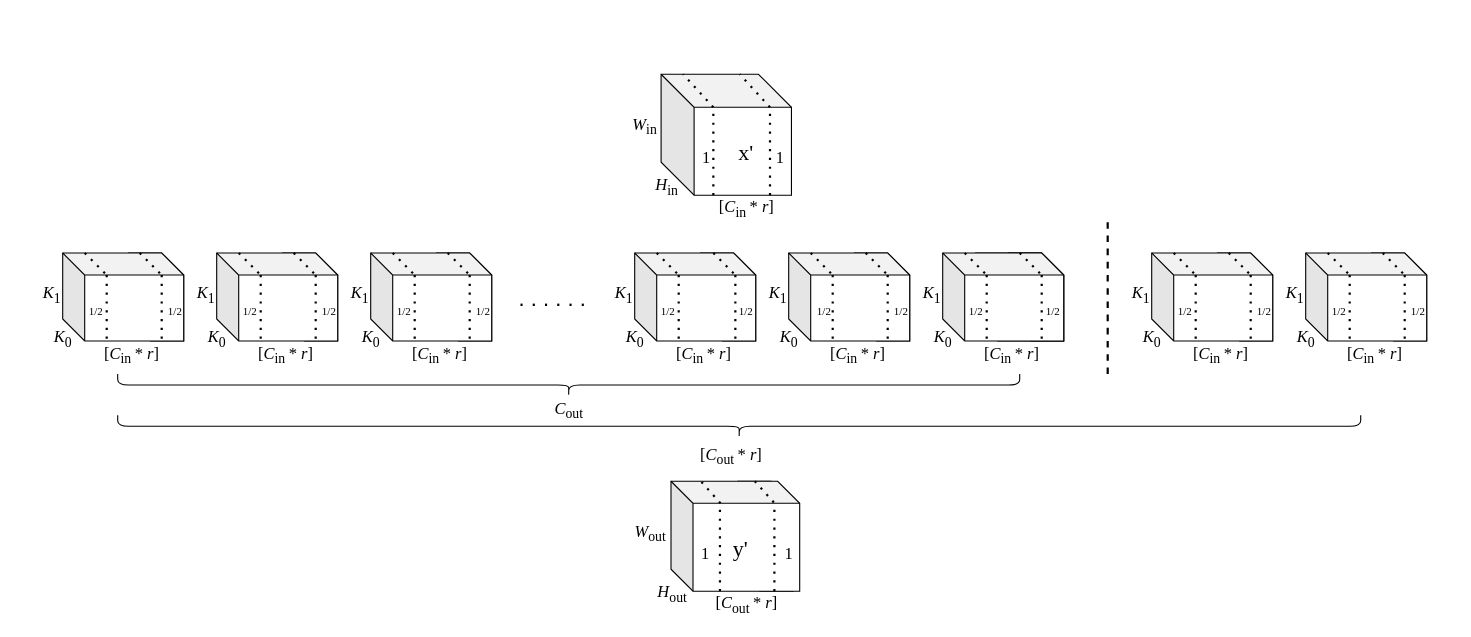
Before: page "第 2 页" (2 of 3) of uniqConv.drawio in guoriyue/draw.io, a draw.io diagram. Source tidied: cells renumbered, new cells numbered last; positions are measured from the earlier drawing's top-left corner, leaving out a move shared by most shapes. Both pictures are drawn from the tidied source at 110%, with x=0, y=0 at pixel (19, 74).
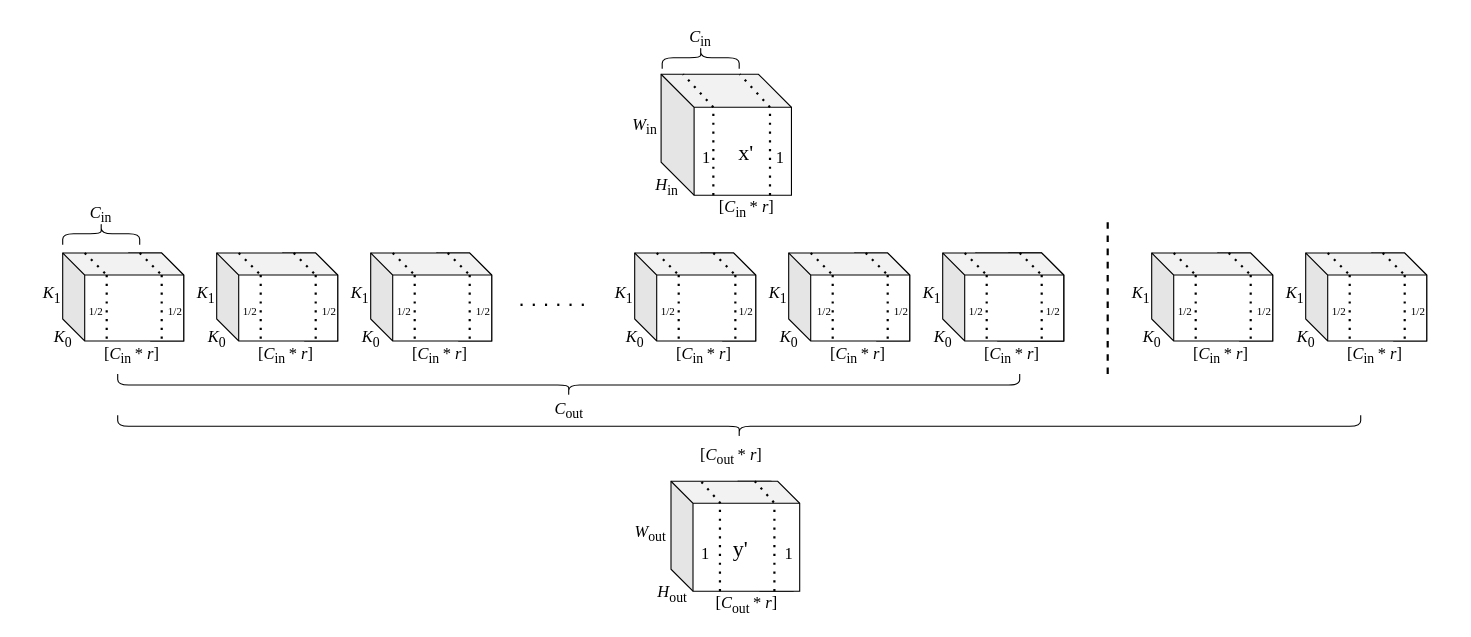
After the change.

Change to the diagram source:
```diff
@@
+    <mxCell id="120" style="shape=curlyBracket;whiteSpace=wrap;html=1;rounded=1;fontFamily=Times New Roman;fontSize=15;direction=south;" parent="1" vertex="1">
+      <mxGeometry x="584.5" y="-25" width="70" height="20" as="geometry" />
+    </mxCell>
+    <mxCell id="121" value="&lt;font style=&quot;font-size: 15px;&quot; face=&quot;Times New Roman&quot;&gt;&lt;i&gt;C&lt;/i&gt;&lt;sub&gt;in&lt;/sub&gt;&lt;/font&gt;" style="text;html=1;strokeColor=none;fillColor=none;align=center;verticalAlign=middle;whiteSpace=wrap;rounded=0;fontSize=20;" parent="1" vertex="1">
+      <mxGeometry x="567" y="-50" width="105" height="30" as="geometry" />
+    </mxCell>
+    <mxCell id="122" style="group;" parent="1" vertex="1">
+      <mxGeometry x="22" y="110" width="105" height="45" as="geometry" />
+    </mxCell>
+    <mxCell id="123" style="shape=curlyBracket;whiteSpace=wrap;html=1;rounded=1;fontFamily=Times New Roman;fontSize=15;direction=south;" parent="122" vertex="1">
+      <mxGeometry x="17.5" y="25" width="70" height="20" as="geometry" />
+    </mxCell>
+    <mxCell id="124" value="&lt;font style=&quot;font-size: 15px;&quot; face=&quot;Times New Roman&quot;&gt;&lt;i&gt;C&lt;/i&gt;&lt;sub&gt;in&lt;/sub&gt;&lt;/font&gt;" style="text;html=1;strokeColor=none;fillColor=none;align=center;verticalAlign=middle;whiteSpace=wrap;rounded=0;fontSize=20;" parent="122" vertex="1">
+      <mxGeometry width="105" height="30" as="geometry" />
+    </mxCell>
```
